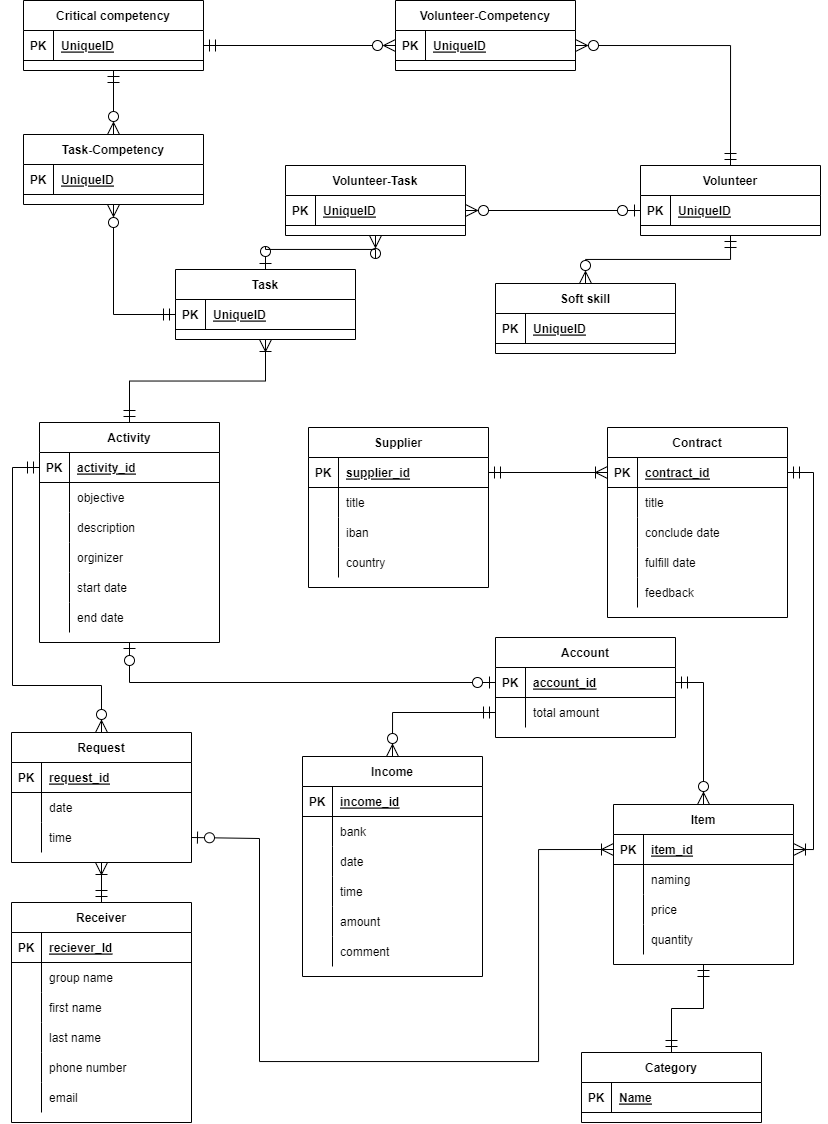
The draw.io diagram ERD 2.0.png in C4ptainHook/Database-Coursework, before a commit. Source tidied: cells renumbered, new cells last; positions are measured from the earlier drawing's top-left corner, leaving out a move shared by most shapes.
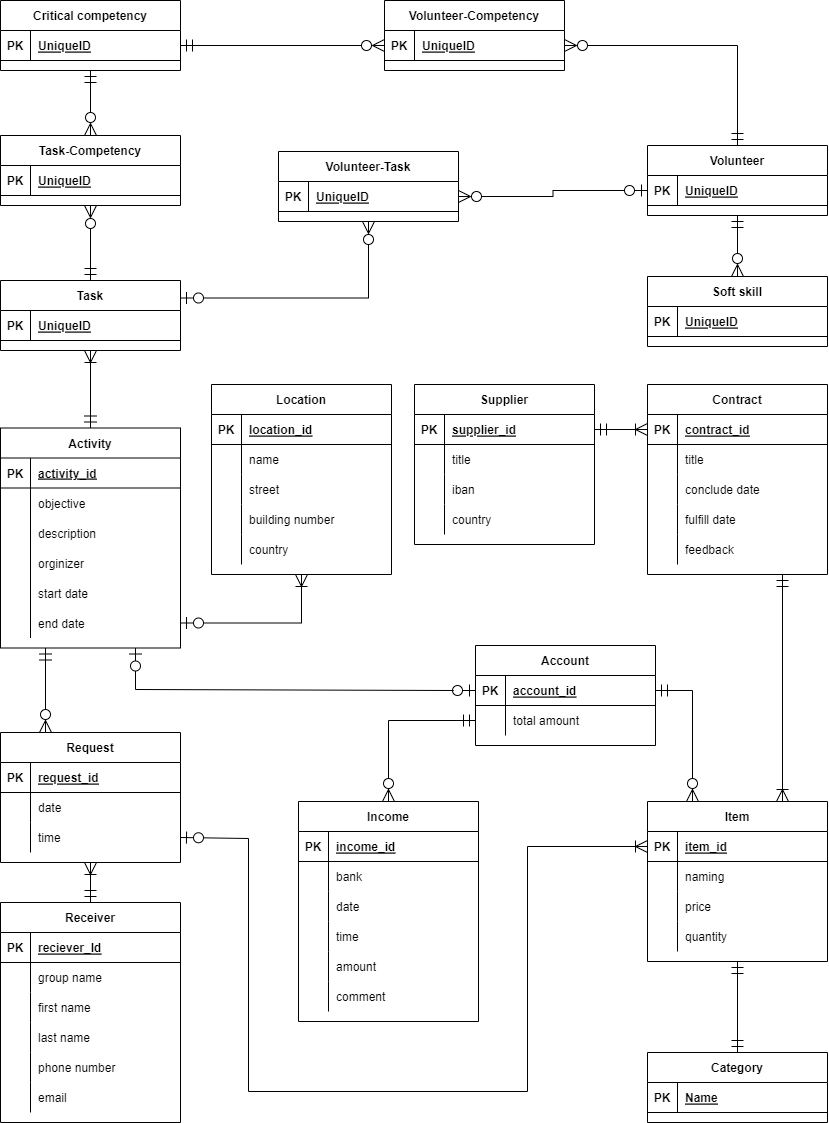
The same diagram one commit later.

What changed in the source:
```diff
@@ -3,7 +3,7 @@
     <mxCell id="0" />
     <mxCell id="1" parent="0" />
     <mxCell id="2" value="Supplier" style="shape=table;startSize=30;rowLines=0;fontStyle=1;align=center;" parent="1" vertex="1">
-      <mxGeometry x="297" y="427" width="180" height="160" as="geometry" />
+      <mxGeometry x="414" y="384" width="180" height="160" as="geometry" />
     </mxCell>
     <mxCell id="3" style="shape=tableRow;horizontal=0;startSize=0;swimlaneHead=0;swimlaneBody=0;fillColor=none;points=[[0,0.5],[1,0.5]];portConstraint=eastwest;top=0;left=0;right=0;bottom=1;" parent="2" vertex="1">
       <mxGeometry y="30" width="180" height="30" as="geometry" />
@@ -42,7 +42,7 @@
       <mxGeometry x="30" width="150" height="30" as="geometry" />
     </mxCell>
     <mxCell id="15" value="Contract" style="shape=table;startSize=30;rowLines=0;fontStyle=1;align=center;" parent="1" vertex="1">
-      <mxGeometry x="596" y="427" width="180" height="190" as="geometry" />
+      <mxGeometry x="647" y="384" width="180" height="190" as="geometry" />
     </mxCell>
     <mxCell id="16" style="shape=tableRow;horizontal=0;startSize=0;swimlaneHead=0;swimlaneBody=0;fillColor=none;points=[[0,0.5],[1,0.5]];portConstraint=eastwest;top=0;left=0;right=0;bottom=1;" parent="15" vertex="1">
       <mxGeometry y="30" width="180" height="30" as="geometry" />
@@ -90,7 +90,7 @@
       <mxGeometry x="30" width="150" height="30" as="geometry" />
     </mxCell>
     <mxCell id="31" value="Activity" style="shape=table;startSize=30;rowLines=0;fontStyle=1;align=center;" parent="1" vertex="1">
-      <mxGeometry x="28" y="422" width="180" height="220" as="geometry" />
+      <mxGeometry y="427.5" width="180" height="220" as="geometry" />
     </mxCell>
     <mxCell id="32" style="shape=tableRow;horizontal=0;startSize=0;swimlaneHead=0;swimlaneBody=0;fillColor=none;points=[[0,0.5],[1,0.5]];portConstraint=eastwest;top=0;left=0;right=0;bottom=1;" parent="31" vertex="1">
       <mxGeometry y="30" width="180" height="30" as="geometry" />
@@ -204,7 +204,7 @@
       <mxGeometry x="30" width="150" height="30" as="geometry" />
     </mxCell>
     <mxCell id="69" value="Income" style="shape=table;startSize=30;rowLines=0;fontStyle=1;align=center;" parent="1" vertex="1">
-      <mxGeometry x="291" y="756" width="180" height="220" as="geometry" />
+      <mxGeometry x="298" y="801" width="180" height="220" as="geometry" />
     </mxCell>
     <mxCell id="70" style="shape=tableRow;horizontal=0;startSize=0;swimlaneHead=0;swimlaneBody=0;fillColor=none;top=0;left=0;right=0;bottom=1;" parent="69" vertex="1">
       <mxGeometry y="30" width="180" height="30" as="geometry" />
@@ -260,11 +260,11 @@
     <mxCell id="87" value="comment" style="shape=partialRectangle;fillColor=none;top=0;left=0;bottom=0;right=0;align=left;spacingLeft=6;overflow=hidden;" parent="85" vertex="1">
       <mxGeometry x="30" width="150" height="30" as="geometry" />
     </mxCell>
-    <mxCell id="88" style="edgeStyle=orthogonalEdgeStyle;rounded=0;jettySize=auto;html=1;exitX=0.5;exitY=0;exitDx=0;exitDy=0;entryX=0.5;entryY=1;entryDx=0;entryDy=0;startArrow=ERzeroToOne;startFill=0;endArrow=ERzeroToMany;endFill=0;startSize=10;endSize=10;" parent="1" edge="1" source="89" target="114">
+    <mxCell id="88" style="edgeStyle=orthogonalEdgeStyle;rounded=0;jettySize=auto;html=1;exitX=1;exitY=0.25;exitDx=0;exitDy=0;entryX=0.5;entryY=1;entryDx=0;entryDy=0;startArrow=ERzeroToOne;startFill=0;endArrow=ERzeroToMany;endFill=0;startSize=10;endSize=10;" parent="1" edge="1" source="89" target="114">
       <mxGeometry relative="1" as="geometry" />
     </mxCell>
     <mxCell id="89" value="Task" style="shape=table;startSize=30;rowLines=0;fontStyle=1;align=center;" parent="1" vertex="1">
-      <mxGeometry x="164" y="269" width="180" height="70" as="geometry" />
+      <mxGeometry y="280" width="180" height="70" as="geometry" />
     </mxCell>
     <mxCell id="90" style="shape=tableRow;horizontal=0;startSize=0;swimlaneHead=0;swimlaneBody=0;fillColor=none;points=[[0,0.5],[1,0.5]];portConstraint=eastwest;top=0;left=0;right=0;bottom=1;" parent="89" vertex="1">
       <mxGeometry y="30" width="180" height="30" as="geometry" />
@@ -276,7 +276,7 @@
       <mxGeometry x="30" width="150" height="30" as="geometry" />
     </mxCell>
     <mxCell id="93" value="Account" style="shape=table;startSize=30;rowLines=0;fontStyle=1;align=center;" parent="1" vertex="1">
-      <mxGeometry x="484" y="637" width="180" height="100" as="geometry" />
+      <mxGeometry x="475" y="645" width="180" height="100" as="geometry" />
     </mxCell>
     <mxCell id="94" style="shape=tableRow;horizontal=0;startSize=0;swimlaneHead=0;swimlaneBody=0;fillColor=none;points=[[0,0.5],[1,0.5]];portConstraint=eastwest;top=0;left=0;right=0;bottom=1;" parent="93" vertex="1">
       <mxGeometry y="30" width="180" height="30" as="geometry" />
@@ -300,7 +300,7 @@
       <mxGeometry relative="1" as="geometry" />
     </mxCell>
     <mxCell id="101" value="Volunteer" style="shape=table;startSize=30;rowLines=0;fontStyle=1;align=center;" parent="1" vertex="1">
-      <mxGeometry x="629" y="165" width="180" height="70" as="geometry" />
+      <mxGeometry x="647" y="145" width="180" height="70" as="geometry" />
     </mxCell>
     <mxCell id="102" style="shape=tableRow;horizontal=0;startSize=0;swimlaneHead=0;swimlaneBody=0;fillColor=none;points=[[0,0.5],[1,0.5]];portConstraint=eastwest;top=0;left=0;right=0;bottom=1;" parent="101" vertex="1">
       <mxGeometry y="30" width="180" height="30" as="geometry" />
@@ -312,7 +312,7 @@
       <mxGeometry x="30" width="150" height="30" as="geometry" />
     </mxCell>
     <mxCell id="105" value="Soft skill" style="shape=table;startSize=30;rowLines=0;fontStyle=1;align=center;" parent="1" vertex="1">
-      <mxGeometry x="484" y="283" width="180" height="70" as="geometry" />
+      <mxGeometry x="647" y="276" width="180" height="70" as="geometry" />
     </mxCell>
     <mxCell id="106" style="shape=tableRow;horizontal=0;startSize=0;swimlaneHead=0;swimlaneBody=0;fillColor=none;top=0;left=0;right=0;bottom=1;" parent="105" vertex="1">
       <mxGeometry y="30" width="180" height="30" as="geometry" />
@@ -324,7 +324,7 @@
       <mxGeometry x="30" width="150" height="30" as="geometry" />
     </mxCell>
     <mxCell id="109" value="Critical competency" style="shape=table;startSize=30;rowLines=0;fontStyle=1;align=center;" parent="1" vertex="1">
-      <mxGeometry x="12" width="180" height="70" as="geometry" />
+      <mxGeometry width="180" height="70" as="geometry" />
     </mxCell>
     <mxCell id="110" style="shape=tableRow;horizontal=0;startSize=0;swimlaneHead=0;swimlaneBody=0;fillColor=none;points=[[0,0.5],[1,0.5]];portConstraint=eastwest;top=0;left=0;right=0;bottom=1;" parent="109" vertex="1">
       <mxGeometry y="30" width="180" height="30" as="geometry" />
@@ -339,7 +339,7 @@
       <mxGeometry relative="1" as="geometry" />
     </mxCell>
     <mxCell id="114" value="Volunteer-Task" style="shape=table;startSize=30;rowLines=0;fontStyle=1;align=center;" parent="1" vertex="1">
-      <mxGeometry x="274" y="165" width="180" height="70" as="geometry" />
+      <mxGeometry x="278" y="151" width="180" height="70" as="geometry" />
     </mxCell>
     <mxCell id="115" style="shape=tableRow;horizontal=0;startSize=0;swimlaneHead=0;swimlaneBody=0;fillColor=none;points=[[0,0.5],[1,0.5]];portConstraint=eastwest;top=0;left=0;right=0;bottom=1;" parent="114" vertex="1">
       <mxGeometry y="30" width="180" height="30" as="geometry" />
@@ -386,29 +386,28 @@
     <mxCell id="129" style="fontSize=12;html=1;endArrow=ERoneToMany;startArrow=ERmandOne;rounded=0;startSize=10;endSize=10;exitX=0.5;exitY=0;exitDx=0;exitDy=0;entryX=0.5;entryY=1;entryDx=0;entryDy=0;endFill=0;" parent="1" edge="1" source="50" target="119">
       <mxGeometry relative="1" as="geometry" />
     </mxCell>
-    <mxCell id="130" style="fontSize=12;html=1;endArrow=ERzeroToMany;startArrow=ERmandOne;rounded=0;exitX=0;exitY=0.5;exitDx=0;exitDy=0;endSize=10;startSize=10;elbow=vertical;entryX=0.5;entryY=0;entryDx=0;entryDy=0;" parent="1" edge="1" source="32" target="119">
-      <mxGeometry relative="1" as="geometry">
-        <Array as="points">
-          <mxPoint x="1" y="467" />
-          <mxPoint x="1" y="685" />
-          <mxPoint x="90" y="685" />
-        </Array>
-      </mxGeometry>
+    <mxCell id="130" style="fontSize=12;html=1;endArrow=ERzeroToMany;startArrow=ERmandOne;rounded=0;exitX=0.25;exitY=1;exitDx=0;exitDy=0;endSize=10;startSize=10;elbow=vertical;entryX=0.25;entryY=0;entryDx=0;entryDy=0;edgeStyle=orthogonalEdgeStyle;" parent="1" edge="1" source="31" target="119">
+      <mxGeometry relative="1" as="geometry" />
     </mxCell>
     <mxCell id="131" style="edgeStyle=orthogonalEdgeStyle;fontSize=12;html=1;endArrow=ERzeroToMany;startArrow=ERmandOne;rounded=0;entryX=0.5;entryY=0;entryDx=0;entryDy=0;exitX=0;exitY=0.5;exitDx=0;exitDy=0;endSize=10;startSize=10;" parent="1" edge="1" source="97" target="69">
       <mxGeometry relative="1" as="geometry" />
     </mxCell>
-    <mxCell id="132" style="fontSize=12;html=1;endArrow=ERzeroToOne;endFill=1;rounded=0;startSize=10;endSize=10;exitX=0;exitY=0.5;exitDx=0;exitDy=0;entryX=0.5;entryY=1;entryDx=0;entryDy=0;startArrow=ERzeroToOne;startFill=0;edgeStyle=orthogonalEdgeStyle;" parent="1" edge="1" source="94" target="31">
-      <mxGeometry relative="1" as="geometry" />
+    <mxCell id="132" style="fontSize=12;html=1;endArrow=ERzeroToOne;endFill=1;rounded=0;startSize=10;endSize=10;exitX=0;exitY=0.5;exitDx=0;exitDy=0;entryX=0.75;entryY=1;entryDx=0;entryDy=0;startArrow=ERzeroToOne;startFill=0;edgeStyle=orthogonalEdgeStyle;" parent="1" edge="1" source="94" target="31">
+      <mxGeometry relative="1" as="geometry">
+        <Array as="points">
+          <mxPoint x="453" y="689" />
+          <mxPoint x="135" y="689" />
+        </Array>
+      </mxGeometry>
     </mxCell>
-    <mxCell id="133" style="edgeStyle=orthogonalEdgeStyle;fontSize=12;html=1;endArrow=ERzeroToMany;startArrow=ERmandOne;rounded=0;entryX=0.5;entryY=0;entryDx=0;entryDy=0;exitX=1;exitY=0.5;exitDx=0;exitDy=0;endSize=10;startSize=10;" parent="1" edge="1" source="94" target="135">
+    <mxCell id="133" style="edgeStyle=orthogonalEdgeStyle;fontSize=12;html=1;endArrow=ERzeroToMany;startArrow=ERmandOne;rounded=0;entryX=0.25;entryY=0;entryDx=0;entryDy=0;exitX=1;exitY=0.5;exitDx=0;exitDy=0;endSize=10;startSize=10;" parent="1" edge="1" source="94" target="135">
       <mxGeometry relative="1" as="geometry" />
     </mxCell>
     <mxCell id="134" style="edgeStyle=orthogonalEdgeStyle;rounded=0;jettySize=auto;html=1;exitX=0.5;exitY=1;exitDx=0;exitDy=0;startArrow=ERmandOne;startFill=0;endArrow=ERmandOne;endFill=0;endSize=10;startSize=10;" parent="1" edge="1" source="135" target="162">
       <mxGeometry relative="1" as="geometry" />
     </mxCell>
     <mxCell id="135" value="Item" style="shape=table;startSize=30;rowLines=0;fontStyle=1;align=center;" parent="1" vertex="1">
-      <mxGeometry x="602" y="804" width="180" height="160" as="geometry" />
+      <mxGeometry x="647" y="801" width="180" height="160" as="geometry" />
     </mxCell>
     <mxCell id="136" style="shape=tableRow;horizontal=0;startSize=0;swimlaneHead=0;swimlaneBody=0;fillColor=none;points=[[0,0.5],[1,0.5]];portConstraint=eastwest;top=0;left=0;right=0;bottom=1;" parent="135" vertex="1">
       <mxGeometry y="30" width="180" height="30" as="geometry" />
@@ -449,18 +448,19 @@
     <mxCell id="148" style="fontSize=12;html=1;endArrow=ERoneToMany;startArrow=ERzeroToOne;rounded=0;startSize=10;endSize=10;exitX=1;exitY=0.5;exitDx=0;exitDy=0;entryX=0;entryY=0.5;entryDx=0;entryDy=0;endFill=0;edgeStyle=orthogonalEdgeStyle;startFill=0;" parent="1" edge="1" source="126" target="136">
       <mxGeometry relative="1" as="geometry">
         <Array as="points">
+          <mxPoint x="180" y="838" />
           <mxPoint x="248" y="838" />
-          <mxPoint x="248" y="1061" />
-          <mxPoint x="527" y="1061" />
-          <mxPoint x="527" y="849" />
+          <mxPoint x="248" y="1091" />
+          <mxPoint x="527" y="1091" />
+          <mxPoint x="527" y="846" />
         </Array>
       </mxGeometry>
     </mxCell>
-    <mxCell id="149" style="edgeStyle=orthogonalEdgeStyle;rounded=0;jettySize=auto;html=1;entryX=0.5;entryY=1;entryDx=0;entryDy=0;startArrow=ERmandOne;startFill=0;endArrow=ERzeroToMany;endFill=0;startSize=10;endSize=10;exitX=0;exitY=0.5;exitDx=0;exitDy=0;" parent="1" edge="1" source="90" target="150">
+    <mxCell id="149" style="edgeStyle=orthogonalEdgeStyle;rounded=0;jettySize=auto;html=1;entryX=0.5;entryY=1;entryDx=0;entryDy=0;startArrow=ERmandOne;startFill=0;endArrow=ERzeroToMany;endFill=0;startSize=10;endSize=10;exitX=0.5;exitY=0;exitDx=0;exitDy=0;" parent="1" edge="1" source="89" target="150">
       <mxGeometry relative="1" as="geometry" />
     </mxCell>
     <mxCell id="150" value="Task-Competency" style="shape=table;startSize=30;rowLines=0;fontStyle=1;align=center;" parent="1" vertex="1">
-      <mxGeometry x="12" y="134" width="180" height="70" as="geometry" />
+      <mxGeometry y="135" width="180" height="70" as="geometry" />
     </mxCell>
     <mxCell id="151" style="shape=tableRow;horizontal=0;startSize=0;swimlaneHead=0;swimlaneBody=0;fillColor=none;top=0;left=0;right=0;bottom=1;" parent="150" vertex="1">
       <mxGeometry y="30" width="180" height="30" as="geometry" />
@@ -496,7 +496,7 @@
       <mxGeometry relative="1" as="geometry" />
     </mxCell>
     <mxCell id="162" value="Category" style="shape=table;startSize=30;rowLines=0;fontStyle=1;align=center;" parent="1" vertex="1">
-      <mxGeometry x="570" y="1052" width="180" height="70" as="geometry" />
+      <mxGeometry x="647" y="1052" width="180" height="70" as="geometry" />
     </mxCell>
     <mxCell id="163" style="shape=tableRow;horizontal=0;startSize=0;swimlaneHead=0;swimlaneBody=0;fillColor=none;top=0;left=0;right=0;bottom=1;" parent="162" vertex="1">
       <mxGeometry y="30" width="180" height="30" as="geometry" />
@@ -507,8 +507,59 @@
     <mxCell id="165" value="Name" style="shape=partialRectangle;fillColor=none;top=0;left=0;bottom=0;right=0;align=left;spacingLeft=6;fontStyle=5;overflow=hidden;" parent="163" vertex="1">
       <mxGeometry x="30" width="150" height="30" as="geometry" />
     </mxCell>
-    <mxCell id="166" style="edgeStyle=orthogonalEdgeStyle;rounded=0;jettySize=auto;html=1;exitX=1;exitY=0.5;exitDx=0;exitDy=0;entryX=1;entryY=0.5;entryDx=0;entryDy=0;startArrow=ERmandOne;startFill=0;endArrow=ERoneToMany;endFill=0;startSize=10;endSize=10;" parent="1" edge="1" source="16" target="136">
+    <mxCell id="166" style="edgeStyle=orthogonalEdgeStyle;rounded=0;jettySize=auto;html=1;exitX=0.75;exitY=1;exitDx=0;exitDy=0;entryX=0.75;entryY=0;entryDx=0;entryDy=0;startArrow=ERmandOne;startFill=0;endArrow=ERoneToMany;endFill=0;startSize=10;endSize=10;" parent="1" edge="1" source="15" target="135">
       <mxGeometry relative="1" as="geometry" />
     </mxCell>
+    <mxCell id="167" value="Location" style="shape=table;startSize=30;rowLines=0;fontStyle=1;align=center;" parent="1" vertex="1">
+      <mxGeometry x="211" y="384" width="180" height="190" as="geometry" />
+    </mxCell>
+    <mxCell id="168" style="shape=tableRow;horizontal=0;startSize=0;swimlaneHead=0;swimlaneBody=0;fillColor=none;top=0;left=0;right=0;bottom=1;" parent="167" vertex="1">
+      <mxGeometry y="30" width="180" height="30" as="geometry" />
+    </mxCell>
+    <mxCell id="169" value="PK" style="shape=partialRectangle;fillColor=none;top=0;left=0;bottom=0;right=0;fontStyle=1;overflow=hidden;" parent="168" vertex="1">
+      <mxGeometry width="30" height="30" as="geometry" />
+    </mxCell>
+    <mxCell id="170" value="location_id" style="shape=partialRectangle;fillColor=none;top=0;left=0;bottom=0;right=0;align=left;spacingLeft=6;fontStyle=5;overflow=hidden;" parent="168" vertex="1">
+      <mxGeometry x="30" width="150" height="30" as="geometry" />
+    </mxCell>
+    <mxCell id="171" style="shape=tableRow;horizontal=0;startSize=0;swimlaneHead=0;swimlaneBody=0;fillColor=none;top=0;left=0;right=0;bottom=0;" parent="167" vertex="1">
+      <mxGeometry y="60" width="180" height="30" as="geometry" />
+    </mxCell>
+    <mxCell id="172" style="shape=partialRectangle;fillColor=none;top=0;left=0;bottom=0;right=0;overflow=hidden;" parent="171" vertex="1">
+      <mxGeometry width="30" height="30" as="geometry" />
+    </mxCell>
+    <mxCell id="173" value="name" style="shape=partialRectangle;fillColor=none;top=0;left=0;bottom=0;right=0;align=left;spacingLeft=6;overflow=hidden;" parent="171" vertex="1">
+      <mxGeometry x="30" width="150" height="30" as="geometry" />
+    </mxCell>
+    <mxCell id="174" style="shape=tableRow;horizontal=0;startSize=0;swimlaneHead=0;swimlaneBody=0;fillColor=none;top=0;left=0;right=0;bottom=0;" parent="167" vertex="1">
+      <mxGeometry y="90" width="180" height="30" as="geometry" />
+    </mxCell>
+    <mxCell id="175" style="shape=partialRectangle;fillColor=none;top=0;left=0;bottom=0;right=0;overflow=hidden;" parent="174" vertex="1">
+      <mxGeometry width="30" height="30" as="geometry" />
+    </mxCell>
+    <mxCell id="176" value="street" style="shape=partialRectangle;fillColor=none;top=0;left=0;bottom=0;right=0;align=left;spacingLeft=6;overflow=hidden;" parent="174" vertex="1">
+      <mxGeometry x="30" width="150" height="30" as="geometry" />
+    </mxCell>
+    <mxCell id="177" style="shape=tableRow;horizontal=0;startSize=0;swimlaneHead=0;swimlaneBody=0;fillColor=none;top=0;left=0;right=0;bottom=0;" parent="167" vertex="1">
+      <mxGeometry y="120" width="180" height="30" as="geometry" />
+    </mxCell>
+    <mxCell id="178" style="shape=partialRectangle;fillColor=none;top=0;left=0;bottom=0;right=0;overflow=hidden;" parent="177" vertex="1">
+      <mxGeometry width="30" height="30" as="geometry" />
+    </mxCell>
+    <mxCell id="179" value="building number" style="shape=partialRectangle;fillColor=none;top=0;left=0;bottom=0;right=0;align=left;spacingLeft=6;overflow=hidden;" parent="177" vertex="1">
+      <mxGeometry x="30" width="150" height="30" as="geometry" />
+    </mxCell>
+    <mxCell id="180" style="shape=tableRow;horizontal=0;startSize=0;swimlaneHead=0;swimlaneBody=0;fillColor=none;top=0;left=0;right=0;bottom=0;" parent="167" vertex="1">
+      <mxGeometry y="150" width="180" height="30" as="geometry" />
+    </mxCell>
+    <mxCell id="181" style="shape=partialRectangle;fillColor=none;top=0;left=0;bottom=0;right=0;overflow=hidden;" parent="180" vertex="1">
+      <mxGeometry width="30" height="30" as="geometry" />
+    </mxCell>
+    <mxCell id="182" value="country" style="shape=partialRectangle;fillColor=none;top=0;left=0;bottom=0;right=0;align=left;spacingLeft=6;overflow=hidden;" parent="180" vertex="1">
+      <mxGeometry x="30" width="150" height="30" as="geometry" />
+    </mxCell>
+    <mxCell id="183" style="edgeStyle=orthogonalEdgeStyle;rounded=0;jettySize=auto;html=1;exitX=1;exitY=0.5;exitDx=0;exitDy=0;entryX=0.5;entryY=1;entryDx=0;entryDy=0;startArrow=ERzeroToOne;startFill=0;endArrow=ERoneToMany;endFill=0;startSize=10;endSize=10;" parent="1" edge="1" source="47" target="167">
+      <mxGeometry relative="1" as="geometry" />
+    </mxCell>
   </root>
 </mxGraphModel>
```
